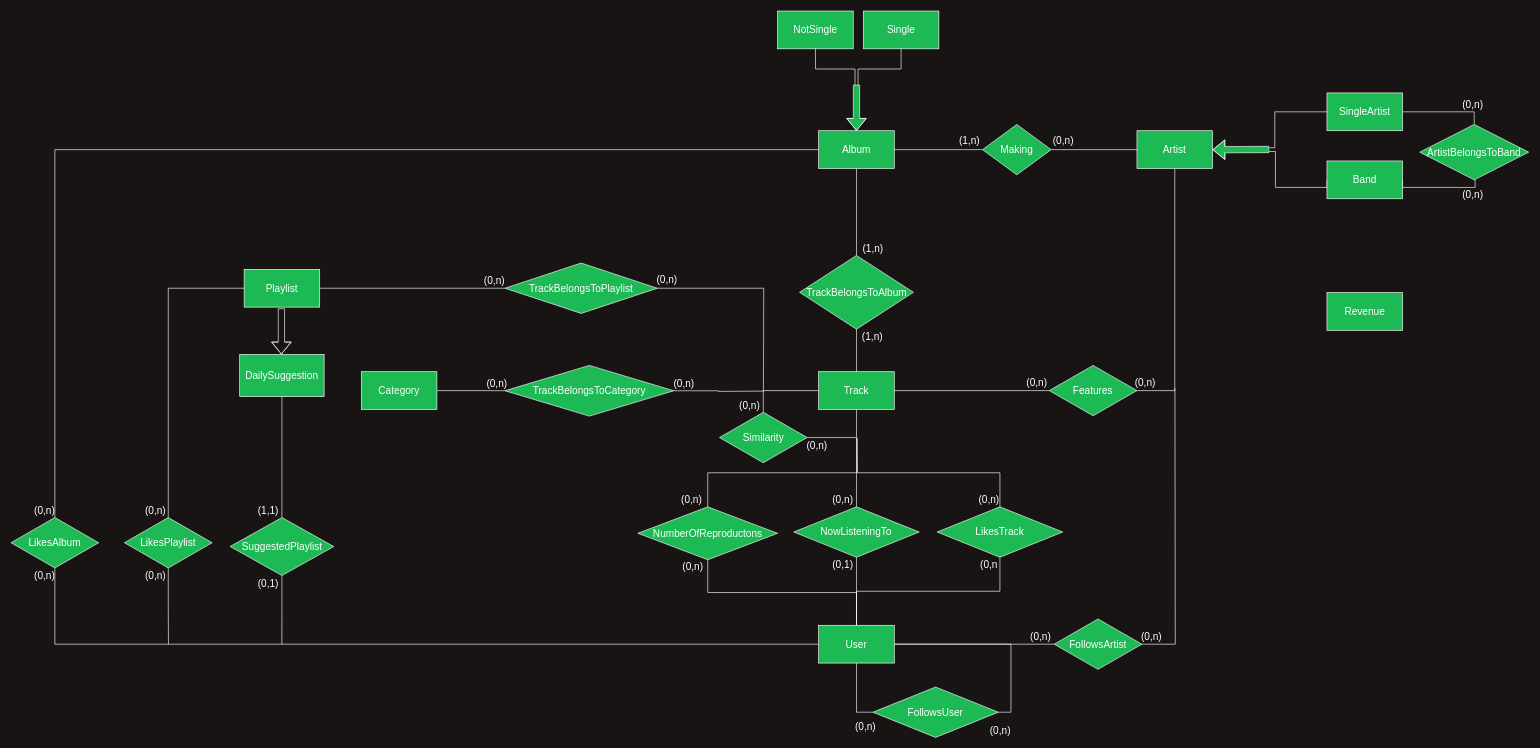
Above: Documentazione/ER.drawio in gabrycina/spotify-clone (draw.io), before the change. Source tidied: cells renumbered, new cells numbered last; positions are measured from the earlier drawing's top-left corner, leaving out a move shared by most shapes. Both pictures are drawn from the tidied source at 63%, with x=0, y=0 at pixel (11, 11).
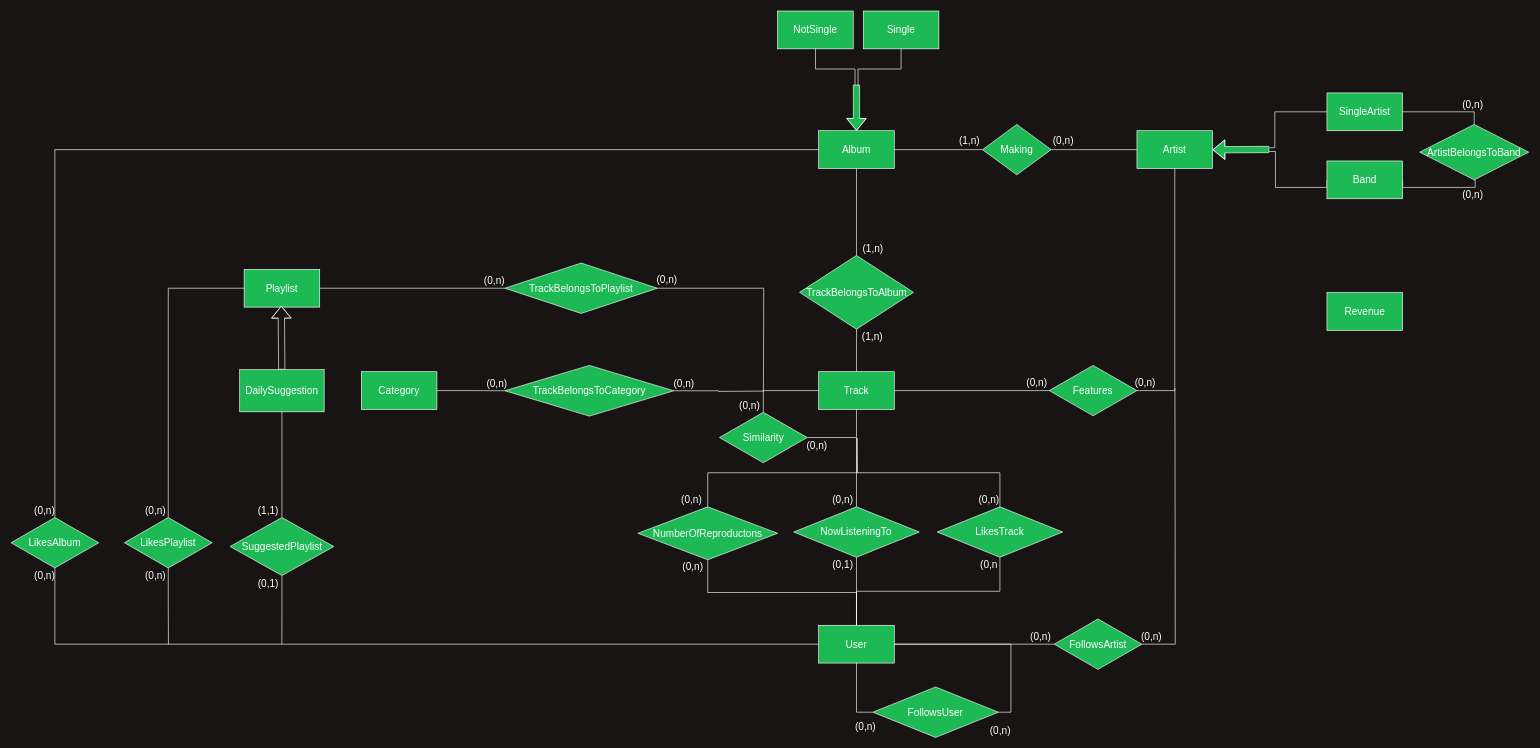
The same page after the edit.

Commit message:
generalizations eliminated

What changed in the source:
```diff
@@
-    <mxCell id="56" style="shape=flexArrow;endArrow=classic;html=1;rounded=0;fontSize=16;fontColor=#FFFFFF;strokeColor=#FFFFFF;fillColor=#191414;entryX=0.5;entryY=0;entryDx=0;entryDy=0;" parent="1" edge="1">
+    <mxCell id="56" style="shape=flexArrow;endArrow=classic;html=1;rounded=0;fontSize=16;fontColor=#FFFFFF;strokeColor=#FFFFFF;fillColor=#191414;" parent="1" edge="1" source="58">
       <mxGeometry relative="1" as="geometry">
-        <mxPoint x="429.2" y="472" as="sourcePoint" />
-        <mxPoint x="429.2" y="545" as="targetPoint" />
+        <mxPoint x="429" y="468" as="targetPoint" />
         <Array as="points">
           <mxPoint x="429.2" y="500" />
         </Array>
       </mxGeometry>
     </mxCell>
@@
     <mxCell id="58" value="&lt;font color=&quot;#ffffff&quot; style=&quot;font-size: 16px&quot;&gt;DailySuggestion&lt;/font&gt;" style="rounded=0;whiteSpace=wrap;html=1;shadow=0;strokeColor=#FFFFFF;fillColor=#1DB954;gradientColor=none;" parent="1" vertex="1">
-      <mxGeometry x="363" y="545" width="134" height="67" as="geometry" />
+      <mxGeometry x="363" y="569.2" width="134" height="67" as="geometry" />
     </mxCell>
```
